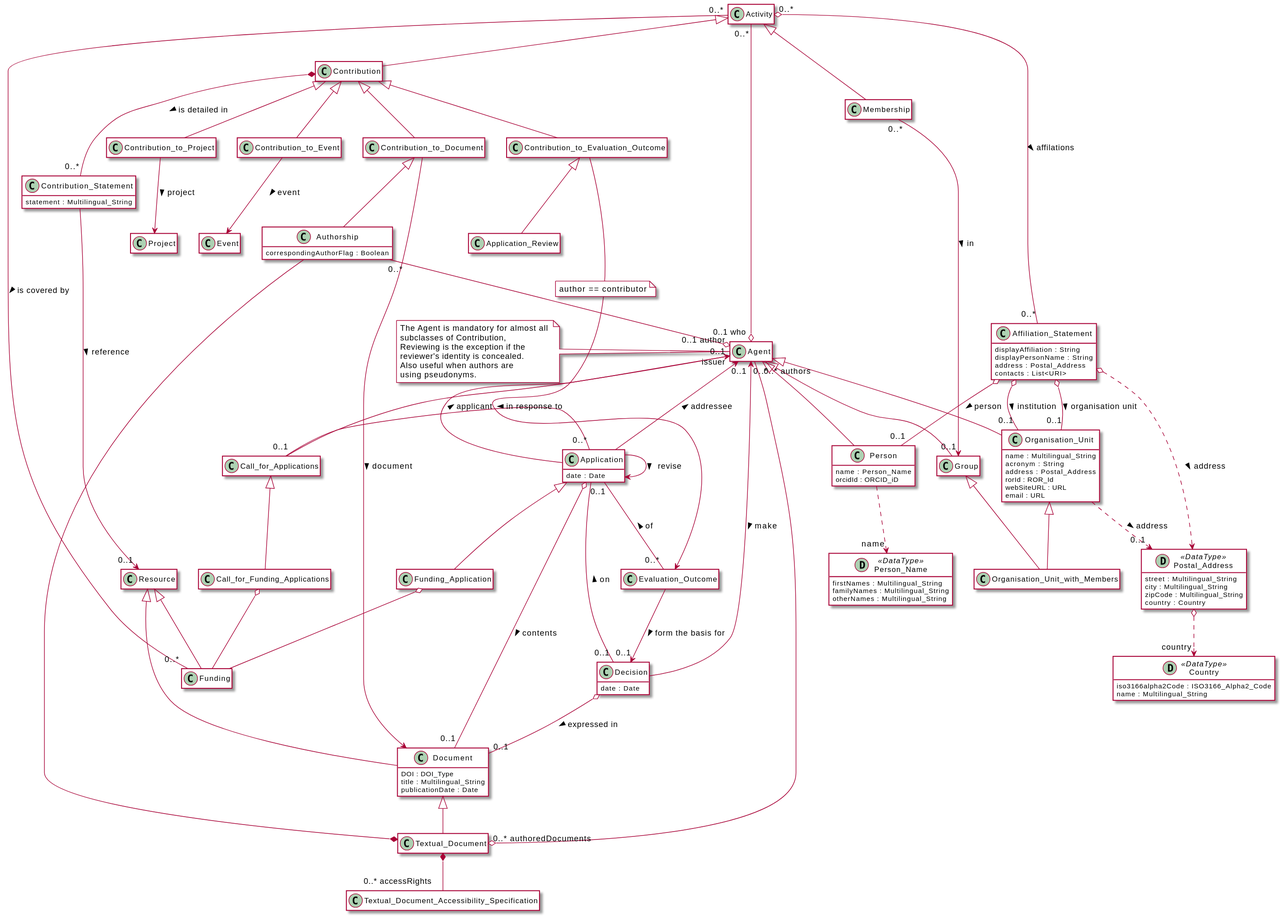
EuroCRIS/CERIF-Core keeps this PlantUML diagram as diagrams/core.svg. Above is the earlier version. The source it was exported from:
```plantuml
@startuml
	!startsub common
        !define datatype(x) class x << (D,#add0b2) DataType>> #ffffff
        hide empty members
        skinparam BoxPadding 120
	!endsub

    !startsub Document
        class "Document" #ffffff {
            DOI : DOI_Type
            title : Multilingual_String
            publicationDate : Date
        }
        class "Textual_Document" #ffffff {
        }
    !endsub

    !startsub TDAS
        class "Textual_Document_Accessibility_Specification" #ffffff {
        }
    !endsub

    !startsub Agent
        class "Agent" #ffffff {
        }
    !endsub

    !startsub OrgUnit
        class "Organisation_Unit" #ffffff {
            name : Multilingual_String
            acronym : String
            address : Postal_Address
            rorId : ROR_Id
            webSiteURL : URL
            email : URL
        }
    !endsub

    !startsub Person
        class "Person" #ffffff {
            name : Person_Name
            orcidId : ORCID_iD
        }

        datatype("Person_Name") {
            firstNames : Multilingual_String
            familyNames : Multilingual_String
            otherNames : Multilingual_String
        }
    !endsub

    !startsub Activity
        class "Activity" #ffffff {
        }
    !endsub

    !startsub Membership
        class "Membership" #ffffff {
        }
    !endsub

    !startsub Group
        class "Group" #ffffff {
        }
    !endsub

    !startsub OrgUnitWithMembers
            class "Organisation_Unit_with_Members" #ffffff {
            }
    !endsub

    !startsub ContributionToProject
        class "Contribution_to_Project" #ffffff {
        }

        class "Project" #ffffff {
        }
    !endsub

    !startsub ContributionToEvent
        class "Contribution_to_Event" #ffffff {
        }

        class "Event" #ffffff {
        }
    !endsub

    !startsub Contribution
        class "Contribution" #ffffff {
        }


        class "Contribution_Statement" #ffffff {
            statement : Multilingual_String
        }

        class "Resource" #ffffff {
        }

        class "Funding" #ffffff {
        }
    !endsub


    !startsub ContributionToDocument
        class "Contribution_to_Document" #ffffff {
        }
    !endsub

    !startsub Authorship
        class "Authorship" #ffffff {
            correspondingAuthorFlag : Boolean
        }
    !endsub

    !startsub PostalAddress
        datatype("Postal_Address") {
            street : Multilingual_String
            city : Multilingual_String
            zipCode : Multilingual_String
            country : Country
        }
        datatype("Country") {
             iso3166alpha2Code : ISO3166_Alpha2_Code
             name : Multilingual_String
        }
    !endsub

    !startsub AffiliationStatement
        class "Affiliation_Statement" #ffffff {
            displayAffiliation : String
            displayPersonName : String
            address : Postal_Address
            contacts : List<URI>
        }
    !endsub AffiliationStatement

    !startsub Application
        class "Application" #ffffff {
            date : Date
        }

        class "Decision" #ffffff {
            date : Date
        }

        class "Funding_Application" #ffffff {
        }

        class "Call_for_Applications" #ffffff {

        }

        class "Call_for_Funding_Applications" #ffffff {
        }

		class "Evaluation_Outcome" #ffffff {
    	}

		class "Contribution_to_Evaluation_Outcome" #ffffff {
    	}

		class "Application_Review" #ffffff {
    	}

    !endsub Application

    !startsub Application
        "Application" -u-> "0..1" "Agent" : applicant >
    !endsub

    !startsub Application
        "Application" -u-> "0..1" "Agent" : addressee >
    !endsub

    !startsub Application
		"Call_for_Applications" -u-> "issuer" "Agent"
    !endsub

    !startsub Application
        "Application" --> "Application" : revise >
    !endsub

    !startsub Application
        "Application" "0..1" -- "0..*" "Evaluation_Outcome" : of <
    !endsub

    !startsub Application
        "Application" "0..*" -l- "0..1" "Call_for_Applications" : in response to >
    !endsub

    !startsub Application
        "Application" o-- "0..1" "Document" : contents >
    !endsub

    !startsub Application
        "Application" -r- "0..1" "Decision" : on <
    !endsub

    !startsub Application
        "Decision" o-- "0..1" "Document" : expressed in >
    !endsub

    !startsub Application
        "Application" <|-d- "Funding_Application"
    !endsub

    !startsub Application
        "Call_for_Applications" <|-d- "Call_for_Funding_Applications"
		"Call_for_Funding_Applications" o-- "Funding"
		"Funding_Application" o-- "Funding"
    !endsub

    !startsub Application
        "Decision" -u-> "0..*" "Agent" : make <
    !endsub

    !startsub Application
        "Evaluation_Outcome" -d-> "0..1" "Decision" : form the basis for >
    !endsub

    !startsub Application
        "Contribution" <|-- "Contribution_to_Evaluation_Outcome"
        "Contribution_to_Evaluation_Outcome" <|-d- "Application_Review"
    !endsub

    !startsub Application
        "Contribution_to_Evaluation_Outcome" --> "Evaluation_Outcome"
    !endsub

    !startsub PostalAddress
        "Postal_Address" o..> "country" "Country"
    !endsub

    !startsub PostalAddress
        "Affiliation_Statement" o..> "Postal_Address" : address >
    !endsub

    !startsub AffiliationStatement
        "Affiliation_Statement" o-- "0..1" "Organisation_Unit" : organisation unit >
    !endsub

    !startsub AffiliationStatement
        "Affiliation_Statement" o-- "0..1" "Organisation_Unit" : institution >
        "Affiliation_Statement" o-- "0..1" "Person" : person >
    !endsub

    !startsub AffiliationStatement
        "Activity" "0..*" o-- "0..*" "Affiliation_Statement" : affilations >
    !endsub

    !startsub Contribution
        "Contribution" *-r- "0..*" "Contribution_Statement" : is detailed in >
        "Activity" "0..*" -- "0..*" "Funding" : is covered by >
    !endsub

    !startsub ContributionToDocument
        "Contribution_to_Document" --> "Document" : document >
    !endsub

    !startsub Activity
        "Activity" "0..*" --o "0..1 who" "Agent"
    !endsub

    !startsub Authorship
        "Authorship" --* "Textual_Document"
    !endsub

    !startsub Authorship
        "Contribution_to_Document" <|-- "Authorship"
    !endsub

    !startsub ContributionToDocument
        "Contribution" <|-- "Contribution_to_Document"
    !endsub

    !startsub ContributionToProject
        "Contribution" <|-- "Contribution_to_Project"
    !endsub

    !startsub ContributionToProject
        "Contribution_to_Project" --> "Project" : project >
    !endsub

    !startsub ContributionToEvent
        "Contribution" <|-- "Contribution_to_Event"
    !endsub

    !startsub ContributionToEvent
        "Contribution_to_Event" --> "Event" : event >
    !endsub

    !startsub Contribution
        "Activity" <|-- "Contribution"
    !endsub

    !startsub Membership
        "Activity" <|-- "Membership"
    !endsub

    !startsub Membership
        "Membership" "0..*" --> "0..1" "Group" : in >
    !endsub



    !startsub Contribution
         "Contribution_Statement" --> "0..1" "Resource" : reference >
         "Resource" <|-- "Funding"
    !endsub

    !startsub Authorship
        "Authorship" "0..*" --o "0..1 author" "Agent"
    !endsub

    note on link #white : author == contributor

    !startsub Person
        "Person" ..> "name" "Person_Name"
    !endsub

    !startsub Person
        "Agent" <|-- "Person"
    !endsub

    !startsub OrgUnit
        "Agent" <|-- "Organisation_Unit"
    !endsub

    !startsub PostalAddress
        "Organisation_Unit" ..> "0..1" "Postal_Address" : address >
    !endsub

    !startsub Group
        "Agent" <|-- "Group"
    !endsub

    !startsub OrgUnitWithMembers
        "Group" <|-- "Organisation_Unit_with_Members"
    !endsub

    !startsub OrgUnitWithMembers
        "Organisation_Unit" <|-- "Organisation_Unit_with_Members"
    !endsub

    !startsub Document
    	"Resource" <|-- "Document"
        "Document" <|-- "Textual_Document"
    !endsub

    !startsub AccessRights
        "Textual_Document" *-- "0..* accessRights" "Textual_Document_Accessibility_Specification"
    !endsub

    !startsub Authorship
        "Textual_Document" "0..* authoredDocuments" o-- "0..* authors" "Agent"
    !endsub

    note left of Agent #white: The Agent is mandatory for almost all \nsubclasses of Contribution,\nReviewing is the exception if the \nreviewer's identity is concealed. \nAlso useful when authors are \nusing pseudonyms.
@enduml
```
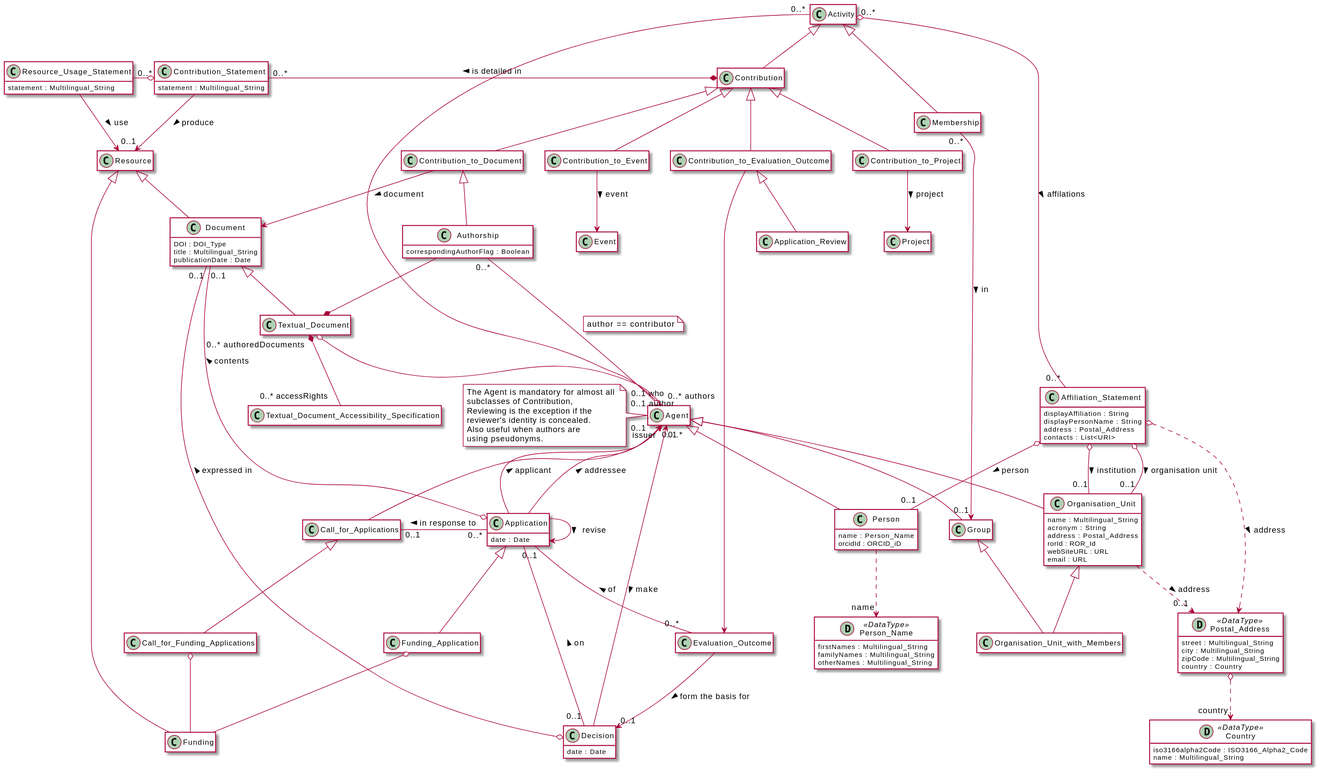
After the commit.

What changed in the source:
```diff
@@ -91,6 +91,10 @@
 
 
         class "Contribution_Statement" #ffffff {
+            statement : Multilingual_String
+        }
+
+        class "Resource_Usage_Statement" #ffffff {
             statement : Multilingual_String
         }
 
@@ -250,8 +254,7 @@
     !endsub
 
     !startsub Contribution
-        "Contribution" *-r- "0..*" "Contribution_Statement" : is detailed in >
-        "Activity" "0..*" -- "0..*" "Funding" : is covered by >
+        "Contribution" *-l- "0..*" "Contribution_Statement" : is detailed in >
     !endsub
 
     !startsub ContributionToDocument
@@ -305,7 +308,9 @@
 
 
     !startsub Contribution
-         "Contribution_Statement" --> "0..1" "Resource" : reference >
+         "Contribution_Statement" --> "0..1" "Resource" : produce >
+         "Resource_Usage_Statement" --> "Resource" : use >
+         "Contribution_Statement" o-l- "0..*" "Resource_Usage_Statement"
          "Resource" <|-- "Funding"
     !endsub
 
```
